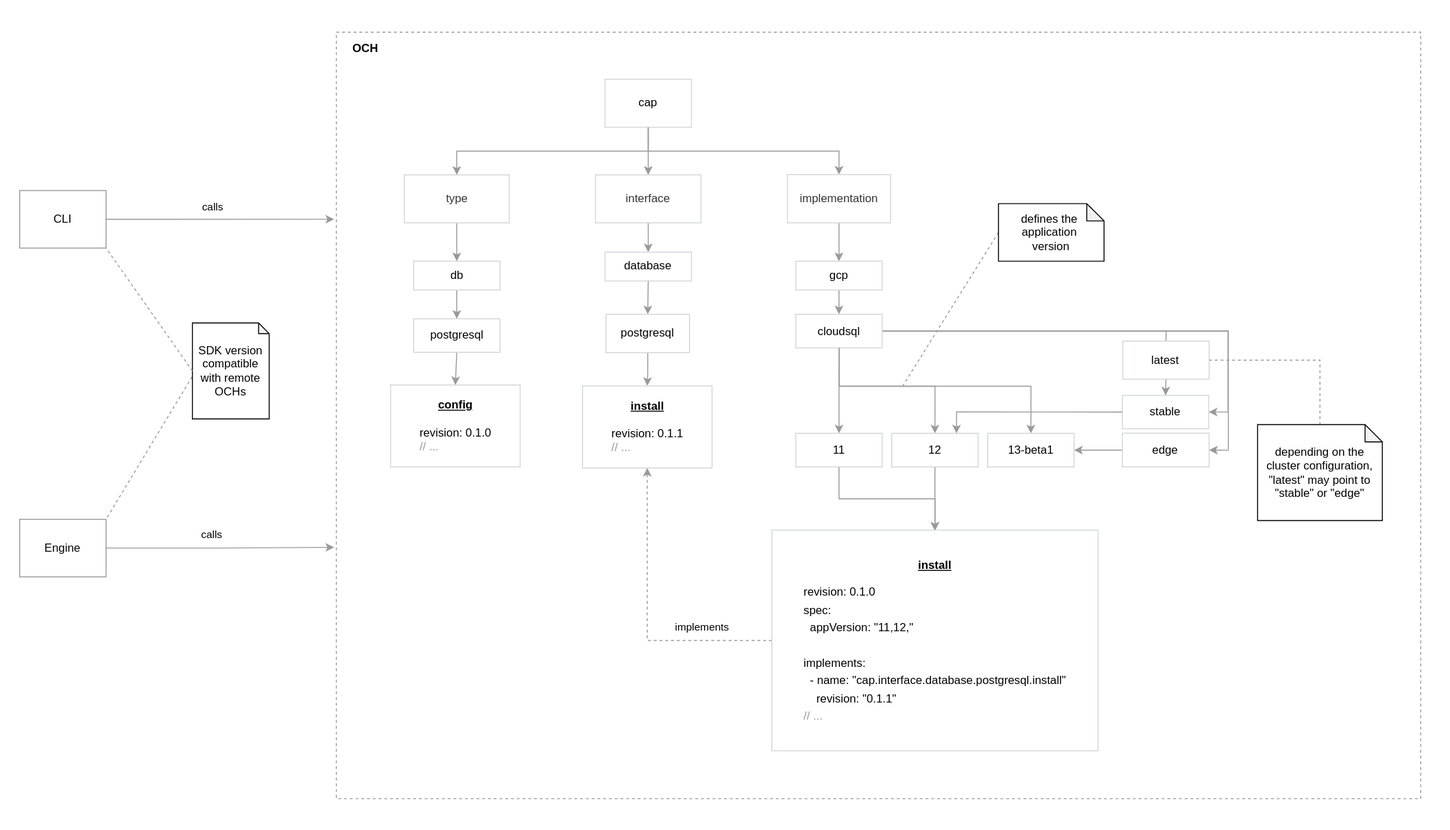
capactio/capact keeps this draw.io diagram as docs/assets/versioning.svg. Above is the earlier version. Source tidied: cells renumbered, new cells last; positions are measured from the earlier drawing's top-left corner, leaving out a move shared by most shapes.
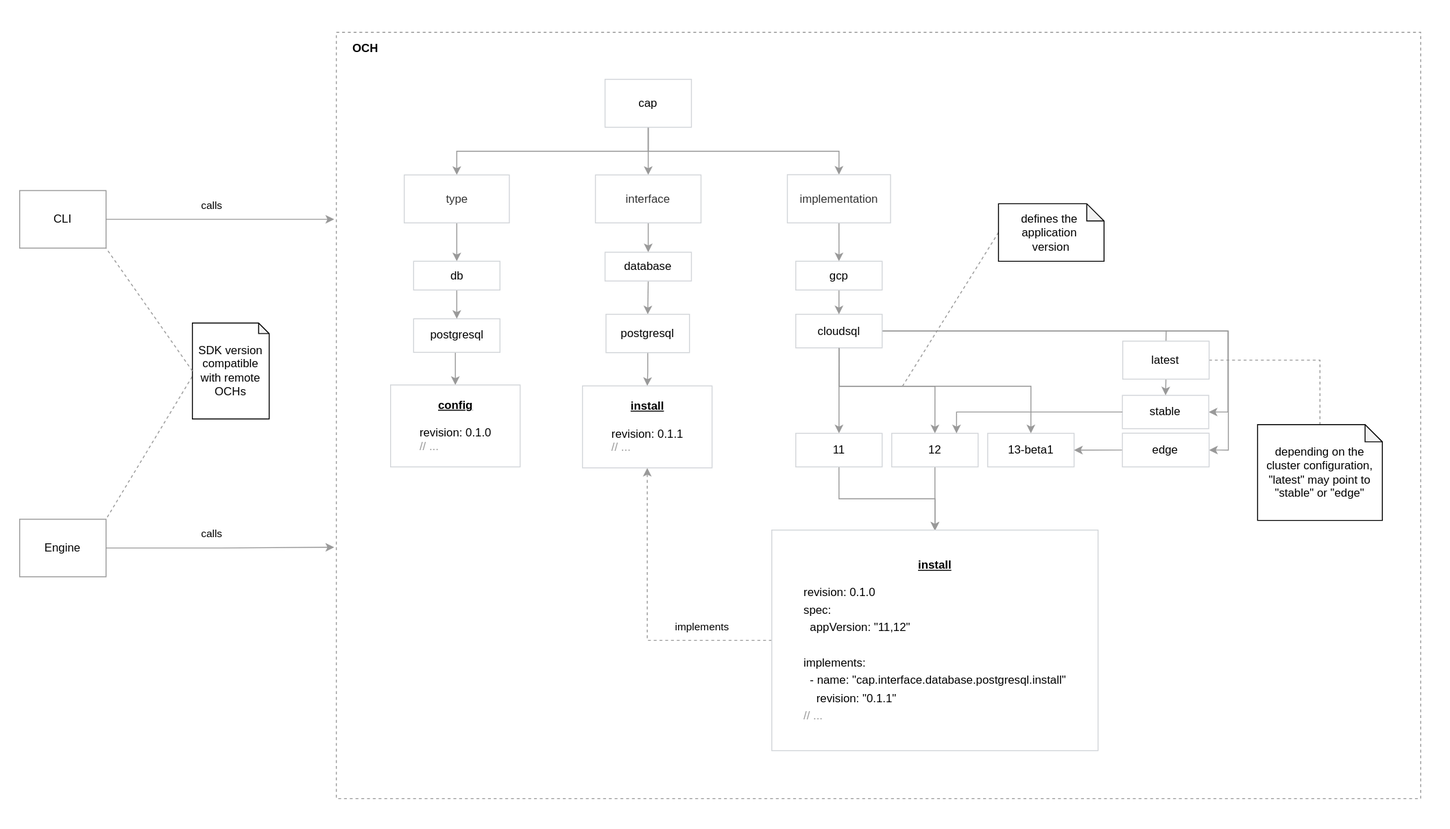
After the change.

The edit, as a diff of the source:
```diff
@@ -256,7 +256,7 @@
     <mxCell id="65" value="CLI" style="rounded=0;whiteSpace=wrap;html=1;strokeColor=#999999;" parent="1" vertex="1">
       <mxGeometry x="20" y="198" width="90" height="60" as="geometry" />
     </mxCell>
-    <mxCell id="66" value="&lt;div&gt;&lt;u&gt;&lt;font style=&quot;font-size: 12px&quot;&gt;&lt;b&gt;install&lt;/b&gt;&lt;/font&gt;&lt;/u&gt;&lt;/div&gt;&lt;font style=&quot;font-size: 12px&quot;&gt;&lt;br&gt;&lt;div style=&quot;text-align: left&quot;&gt;revision: 0.1.0&lt;/div&gt;&lt;div style=&quot;text-align: left&quot;&gt;&lt;p style=&quot;font-family: &amp;#34;helvetica&amp;#34; ; margin: 4px 0px 0px&quot;&gt;spec:&lt;/p&gt;&lt;p style=&quot;font-family: &amp;#34;helvetica&amp;#34; ; margin: 4px 0px 0px&quot;&gt;&amp;nbsp; appVersion: &quot;11,12,&quot;&lt;/p&gt;&lt;p style=&quot;font-family: &amp;#34;helvetica&amp;#34; ; margin: 4px 0px 0px&quot;&gt;&lt;br&gt;&lt;/p&gt;&lt;p style=&quot;font-family: &amp;#34;helvetica&amp;#34; ; margin: 4px 0px 0px&quot;&gt;implements:&lt;/p&gt;&lt;p style=&quot;font-family: &amp;#34;helvetica&amp;#34; ; margin: 4px 0px 0px&quot;&gt;&amp;nbsp; - name: &quot;cap.interface.database.postgresql.install&quot;&lt;/p&gt;&lt;p style=&quot;font-family: &amp;#34;helvetica&amp;#34; ; margin: 4px 0px 0px&quot;&gt;&amp;nbsp; &amp;nbsp; revision: &quot;0.1.1&quot;&lt;/p&gt;&lt;p style=&quot;font-family: &amp;#34;helvetica&amp;#34; ; margin: 4px 0px 0px&quot;&gt;&lt;span style=&quot;color: rgb(153 , 153 , 153)&quot;&gt;// ...&lt;/span&gt;&lt;/p&gt;&lt;/div&gt;&lt;/font&gt;" style="rounded=0;whiteSpace=wrap;html=1;strokeColor=#D2D5D9;strokeWidth=1;fillColor=#ffffff;align=center;" parent="1" vertex="1">
+    <mxCell id="66" value="&lt;div&gt;&lt;u&gt;&lt;font style=&quot;font-size: 12px&quot;&gt;&lt;b&gt;install&lt;/b&gt;&lt;/font&gt;&lt;/u&gt;&lt;/div&gt;&lt;font style=&quot;font-size: 12px&quot;&gt;&lt;br&gt;&lt;div style=&quot;text-align: left&quot;&gt;revision: 0.1.0&lt;/div&gt;&lt;div style=&quot;text-align: left&quot;&gt;&lt;p style=&quot;font-family: &amp;#34;helvetica&amp;#34; ; margin: 4px 0px 0px&quot;&gt;spec:&lt;/p&gt;&lt;p style=&quot;font-family: &amp;#34;helvetica&amp;#34; ; margin: 4px 0px 0px&quot;&gt;&amp;nbsp; appVersion: &quot;11,12&quot;&lt;/p&gt;&lt;p style=&quot;font-family: &amp;#34;helvetica&amp;#34; ; margin: 4px 0px 0px&quot;&gt;&lt;br&gt;&lt;/p&gt;&lt;p style=&quot;font-family: &amp;#34;helvetica&amp;#34; ; margin: 4px 0px 0px&quot;&gt;implements:&lt;/p&gt;&lt;p style=&quot;font-family: &amp;#34;helvetica&amp;#34; ; margin: 4px 0px 0px&quot;&gt;&amp;nbsp; - name: &quot;cap.interface.database.postgresql.install&quot;&lt;/p&gt;&lt;p style=&quot;font-family: &amp;#34;helvetica&amp;#34; ; margin: 4px 0px 0px&quot;&gt;&amp;nbsp; &amp;nbsp; revision: &quot;0.1.1&quot;&lt;/p&gt;&lt;p style=&quot;font-family: &amp;#34;helvetica&amp;#34; ; margin: 4px 0px 0px&quot;&gt;&lt;span style=&quot;color: rgb(153 , 153 , 153)&quot;&gt;// ...&lt;/span&gt;&lt;/p&gt;&lt;/div&gt;&lt;/font&gt;" style="rounded=0;whiteSpace=wrap;html=1;strokeColor=#D2D5D9;strokeWidth=1;fillColor=#ffffff;align=center;" parent="1" vertex="1">
       <mxGeometry x="803.8" y="552" width="340" height="230" as="geometry" />
     </mxCell>
   </root>
```
